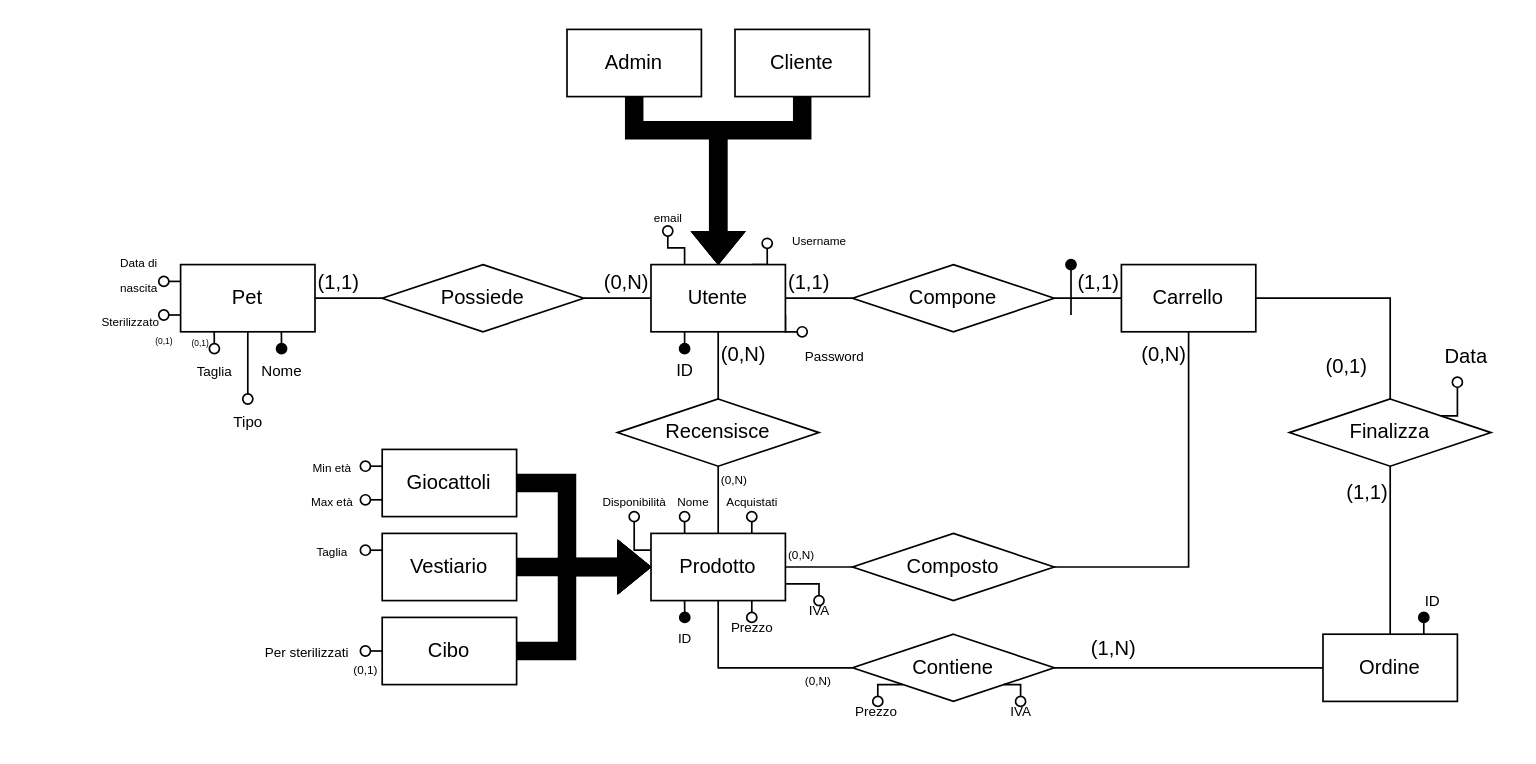
This is Documenti/DrawIo&Images/DarwinShop.drawio from NumberZeroo/TSW_Proj, a draw.io file, before an edit. Source tidied: cells renumbered, new cells numbered last; positions are measured from the earlier drawing's top-left corner, leaving out a move shared by most shapes. Both pictures are drawn from the tidied source at 168%, with x=0, y=0 at pixel (29, 29).
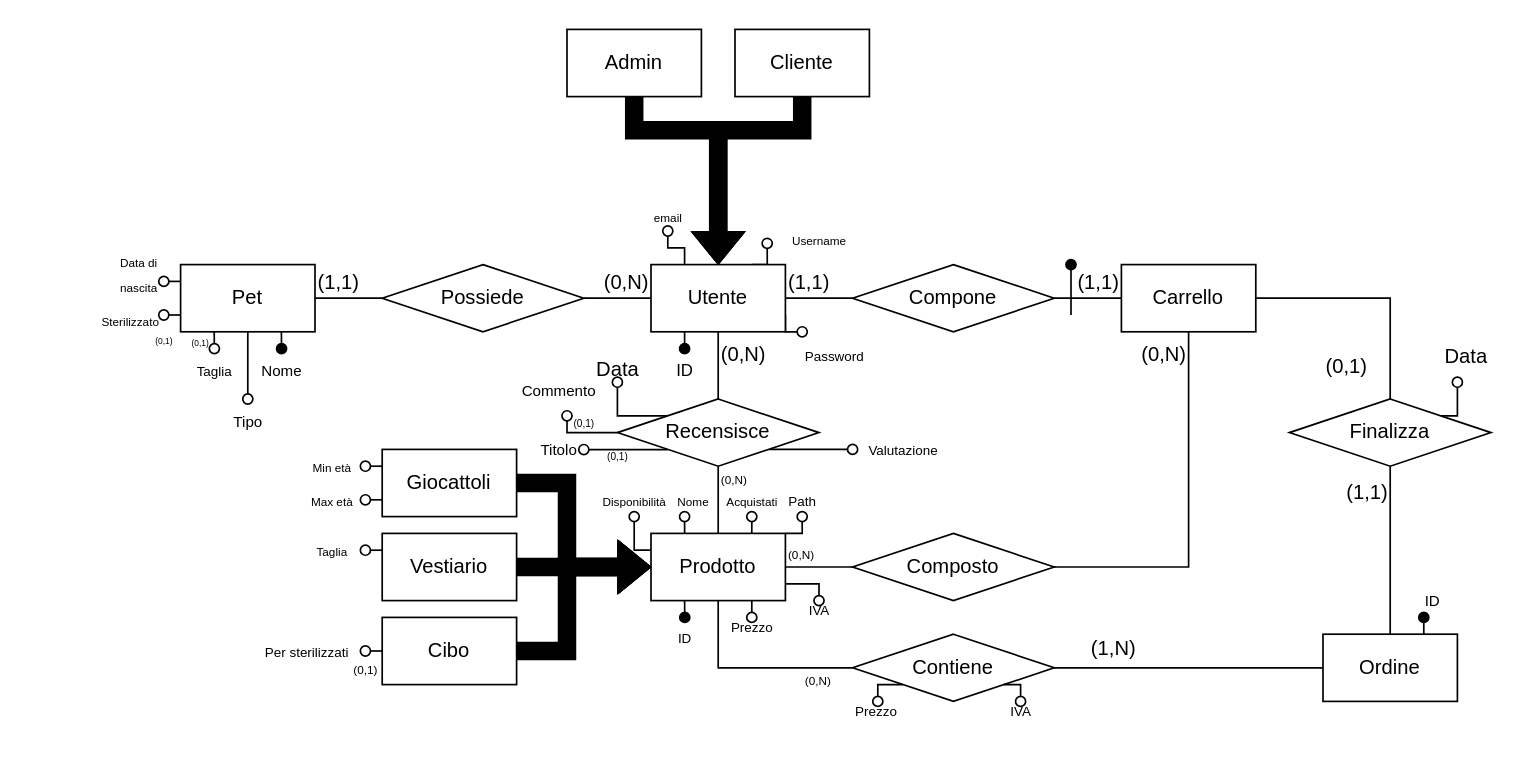
Above is the later version.

Unchanged cells that the change refers to:
```xml
<mxCell id="26" value="Recensisce" style="shape=rhombus;perimeter=rhombusPerimeter;whiteSpace=wrap;html=1;align=center;" parent="1" vertex="1">
  <mxGeometry x="350" y="220" width="120" height="40" as="geometry" />
</mxCell>
<mxCell id="36" value="Prodotto" style="whiteSpace=wrap;html=1;align=center;" parent="1" vertex="1">
  <mxGeometry x="370" y="300" width="80" height="40" as="geometry" />
</mxCell>
```

The edit, as a diff of the source:
```diff
@@
+    <mxCell id="97" style="edgeStyle=orthogonalEdgeStyle;rounded=0;jettySize=auto;html=1;exitX=0;exitY=0;exitDx=0;exitDy=0;endArrow=oval;endFill=0;" parent="1" edge="1" source="26">
+      <mxGeometry relative="1" as="geometry">
+        <mxPoint x="350" y="210" as="targetPoint" />
+      </mxGeometry>
+    </mxCell>
+    <mxCell id="98" style="edgeStyle=orthogonalEdgeStyle;rounded=0;jettySize=auto;html=1;exitX=0;exitY=0.5;exitDx=0;exitDy=0;endArrow=oval;endFill=0;" parent="1" edge="1" source="26">
+      <mxGeometry relative="1" as="geometry">
+        <mxPoint x="320" y="230" as="targetPoint" />
+      </mxGeometry>
+    </mxCell>
+    <mxCell id="99" style="edgeStyle=orthogonalEdgeStyle;rounded=0;jettySize=auto;html=1;exitX=0;exitY=1;exitDx=0;exitDy=0;endArrow=oval;endFill=0;" parent="1" edge="1" source="26">
+      <mxGeometry relative="1" as="geometry">
+        <mxPoint x="330" y="250.1" as="targetPoint" />
+        <Array as="points">
+          <mxPoint x="330" y="250" />
+          <mxPoint x="330" y="250" />
+        </Array>
+      </mxGeometry>
+    </mxCell>
+    <mxCell id="100" style="edgeStyle=orthogonalEdgeStyle;rounded=0;jettySize=auto;html=1;exitX=1;exitY=1;exitDx=0;exitDy=0;endArrow=oval;endFill=0;" parent="1" edge="1" source="26">
+      <mxGeometry relative="1" as="geometry">
+        <mxPoint x="490" y="250.1" as="targetPoint" />
+      </mxGeometry>
+    </mxCell>
@@
+    <mxCell id="101" style="edgeStyle=orthogonalEdgeStyle;rounded=0;jettySize=auto;html=1;exitX=1;exitY=0;exitDx=0;exitDy=0;endArrow=oval;endFill=0;" parent="1" edge="1" source="36">
+      <mxGeometry relative="1" as="geometry">
+        <mxPoint x="460" y="290" as="targetPoint" />
+      </mxGeometry>
+    </mxCell>
@@
+    <mxCell id="102" value="&lt;font style=&quot;font-size: 8px;&quot;&gt;Path&lt;/font&gt;" style="text;html=1;align=center;verticalAlign=middle;strokeColor=none;fillColor=none;" parent="1" vertex="1">
+      <mxGeometry x="440" y="265" width="40" height="30" as="geometry" />
+    </mxCell>
+    <mxCell id="103" value="Data" style="text;html=1;align=center;verticalAlign=middle;strokeColor=none;fillColor=none;" parent="1" vertex="1">
+      <mxGeometry x="325" y="188" width="50" height="30" as="geometry" />
+    </mxCell>
+    <mxCell id="104" value="&lt;font style=&quot;font-size: 9px;&quot;&gt;Commento&lt;/font&gt;" style="text;html=1;align=center;verticalAlign=middle;strokeColor=none;fillColor=none;" parent="1" vertex="1">
+      <mxGeometry x="280" y="200" width="70" height="30" as="geometry" />
+    </mxCell>
+    <mxCell id="105" value="&lt;font style=&quot;font-size: 9px;&quot;&gt;Titolo&lt;/font&gt;" style="text;html=1;align=center;verticalAlign=middle;strokeColor=none;fillColor=none;" parent="1" vertex="1">
+      <mxGeometry x="290" y="235" width="50" height="30" as="geometry" />
+    </mxCell>
+    <mxCell id="106" value="&lt;font style=&quot;font-size: 8px;&quot;&gt;Valutazione&lt;/font&gt;" style="text;html=1;align=center;verticalAlign=middle;strokeColor=none;fillColor=none;" parent="1" vertex="1">
+      <mxGeometry x="490" y="235" width="60" height="30" as="geometry" />
+    </mxCell>
+    <mxCell id="107" value="&lt;font style=&quot;font-size: 6px;&quot;&gt;(0,1)&lt;/font&gt;" style="text;html=1;align=center;verticalAlign=middle;strokeColor=none;fillColor=none;" parent="1" vertex="1">
+      <mxGeometry x="310" y="218" width="40" height="30" as="geometry" />
+    </mxCell>
+    <mxCell id="108" value="&lt;font style=&quot;font-size: 6px;&quot;&gt;(0,1)&lt;/font&gt;" style="text;html=1;align=center;verticalAlign=middle;strokeColor=none;fillColor=none;" parent="1" vertex="1">
+      <mxGeometry x="330" y="238" width="40" height="30" as="geometry" />
+    </mxCell>
```
